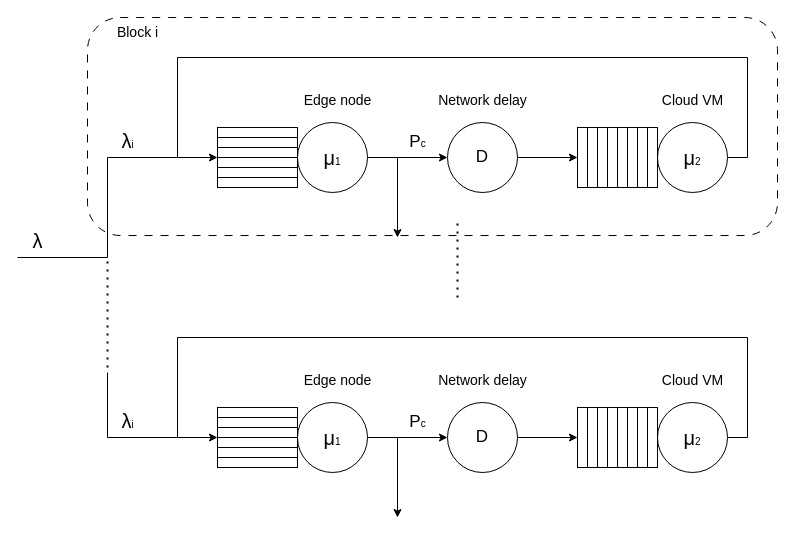
Earlier version of the draw.io diagram docs/pmcsn_architecture.drawio (matteo-conti-97/Perfmormance-analysis-of-a-facial-recognition-system-). Source tidied: cells renumbered, new cells numbered last; positions are measured from the earlier drawing's top-left corner, leaving out a move shared by most shapes. Both pictures are drawn from the tidied source at 100%, with x=0, y=0 at pixel (17, 17).
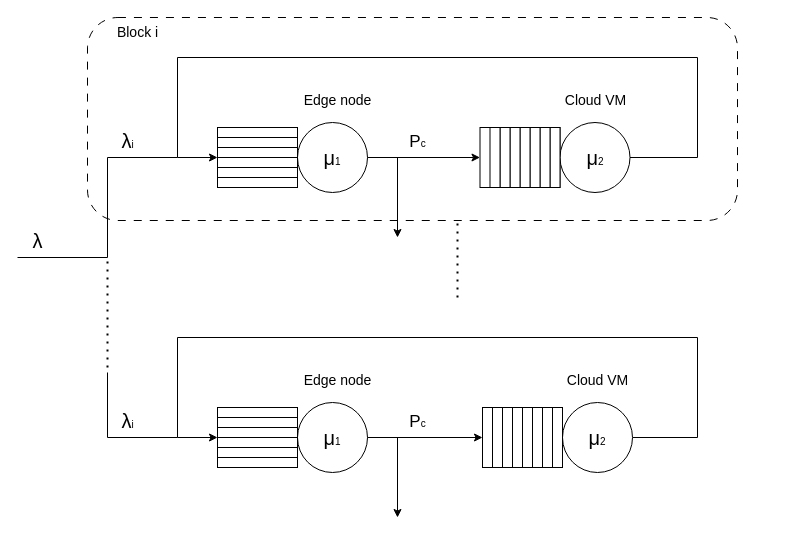
After the change.

The change refers to these unchanged cells:
```xml
<mxCell id="4" value="&lt;font style=&quot;font-size: 20px;&quot;&gt;μ&lt;/font&gt;&lt;font style=&quot;font-size: 10px;&quot;&gt;1&lt;/font&gt;" style="ellipse;whiteSpace=wrap;html=1;" parent="1" vertex="1">
  <mxGeometry x="280" y="105" width="70" height="70" as="geometry" />
</mxCell>
<mxCell id="8" style="rounded=0;whiteSpace=wrap;html=1;" parent="1" vertex="1">
  <mxGeometry x="200" y="140" width="80" height="10" as="geometry" />
</mxCell>
<mxCell id="32" value="&lt;font style=&quot;font-size: 20px;&quot;&gt;μ&lt;/font&gt;&lt;font style=&quot;font-size: 10px;&quot;&gt;1&lt;/font&gt;" style="ellipse;whiteSpace=wrap;html=1;" parent="1" vertex="1">
  <mxGeometry x="280" y="385" width="70" height="70" as="geometry" />
</mxCell>
<mxCell id="36" style="rounded=0;whiteSpace=wrap;html=1;" parent="1" vertex="1">
  <mxGeometry x="200" y="420" width="80" height="10" as="geometry" />
</mxCell>
```

What changed in the source:
```diff
@@
     <mxCell id="2" style="rounded=1;whiteSpace=wrap;html=1;fillColor=none;dashed=1;dashPattern=8 8;" parent="1" vertex="1">
-      <mxGeometry x="70" width="690" height="218" as="geometry" />
+      <mxGeometry x="70" width="650" height="203" as="geometry" />
     </mxCell>
@@
     <mxCell id="10" style="rounded=0;whiteSpace=wrap;html=1;" parent="1" vertex="1">
-      <mxGeometry x="560" y="110" width="80" height="60" as="geometry" />
+      <mxGeometry x="462.5" y="110" width="80" height="60" as="geometry" />
     </mxCell>
     <mxCell id="11" style="edgeStyle=orthogonalEdgeStyle;rounded=0;jettySize=auto;html=1;exitX=1;exitY=0.5;exitDx=0;exitDy=0;entryX=0;entryY=0;entryDx=0;entryDy=0;" parent="1" edge="1" source="12" target="8">
       <mxGeometry relative="1" as="geometry">
         <Array as="points">
-          <mxPoint x="730" y="140" />
-          <mxPoint x="730" y="40" />
+          <mxPoint x="680" y="140" />
+          <mxPoint x="680" y="40" />
           <mxPoint x="160" y="40" />
           <mxPoint x="160" y="140" />
         </Array>
       </mxGeometry>
     </mxCell>
     <mxCell id="12" value="&lt;font style=&quot;font-size: 20px;&quot;&gt;μ&lt;/font&gt;&lt;font style=&quot;font-size: 10px;&quot;&gt;2&lt;/font&gt;" style="ellipse;whiteSpace=wrap;html=1;" parent="1" vertex="1">
-      <mxGeometry x="640" y="105" width="70" height="70" as="geometry" />
+      <mxGeometry x="542.5" y="105" width="70" height="70" as="geometry" />
     </mxCell>
     <mxCell id="13" style="rounded=0;whiteSpace=wrap;html=1;" parent="1" vertex="1">
-      <mxGeometry x="630" y="110" width="10" height="60" as="geometry" />
+      <mxGeometry x="532.5" y="110" width="10" height="60" as="geometry" />
     </mxCell>
     <mxCell id="14" style="rounded=0;whiteSpace=wrap;html=1;" parent="1" vertex="1">
-      <mxGeometry x="620" y="110" width="10" height="60" as="geometry" />
+      <mxGeometry x="522.5" y="110" width="10" height="60" as="geometry" />
     </mxCell>
     <mxCell id="15" style="rounded=0;whiteSpace=wrap;html=1;" parent="1" vertex="1">
-      <mxGeometry x="610" y="110" width="10" height="60" as="geometry" />
+      <mxGeometry x="512.5" y="110" width="10" height="60" as="geometry" />
     </mxCell>
     <mxCell id="16" style="rounded=0;whiteSpace=wrap;html=1;" parent="1" vertex="1">
-      <mxGeometry x="600" y="110" width="10" height="60" as="geometry" />
+      <mxGeometry x="502.5" y="110" width="10" height="60" as="geometry" />
     </mxCell>
     <mxCell id="17" style="rounded=0;whiteSpace=wrap;html=1;" parent="1" vertex="1">
-      <mxGeometry x="590" y="110" width="10" height="60" as="geometry" />
+      <mxGeometry x="492.5" y="110" width="10" height="60" as="geometry" />
     </mxCell>
     <mxCell id="18" style="rounded=0;whiteSpace=wrap;html=1;" parent="1" vertex="1">
-      <mxGeometry x="580" y="110" width="10" height="60" as="geometry" />
+      <mxGeometry x="482.5" y="110" width="10" height="60" as="geometry" />
     </mxCell>
     <mxCell id="19" style="rounded=0;whiteSpace=wrap;html=1;" parent="1" vertex="1">
-      <mxGeometry x="570" y="110" width="10" height="60" as="geometry" />
+      <mxGeometry x="472.5" y="110" width="10" height="60" as="geometry" />
     </mxCell>
-    <mxCell id="20" style="endArrow=classic;html=1;rounded=0;exitX=1;exitY=0.5;exitDx=0;exitDy=0;" parent="1" edge="1" source="4">
-      <mxGeometry relative="1" as="geometry">
-        <mxPoint x="430" y="140" as="targetPoint" />
-      </mxGeometry>
+    <mxCell id="20" style="endArrow=classic;html=1;rounded=0;exitX=1;exitY=0.5;exitDx=0;exitDy=0;entryX=0;entryY=0.5;entryDx=0;entryDy=0;" parent="1" edge="1" source="4" target="10">
+      <mxGeometry relative="1" as="geometry" />
     </mxCell>
-    <mxCell id="21" style="edgeStyle=orthogonalEdgeStyle;rounded=0;jettySize=auto;html=1;exitX=1;exitY=0.5;exitDx=0;exitDy=0;entryX=0;entryY=0.5;entryDx=0;entryDy=0;" parent="1" edge="1" source="22" target="10">
-      <mxGeometry relative="1" as="geometry" />
-    </mxCell>
-    <mxCell id="22" value="&lt;font style=&quot;font-size: 17px;&quot;&gt;D&lt;/font&gt;" style="ellipse;whiteSpace=wrap;html=1;" parent="1" vertex="1">
-      <mxGeometry x="430" y="105" width="70" height="70" as="geometry" />
-    </mxCell>
@@
     <mxCell id="27" value="&lt;font style=&quot;font-size: 14px;&quot;&gt;Cloud VM&lt;/font&gt;" style="text;html=1;align=center;verticalAlign=middle;strokeColor=none;fillColor=none;" parent="1" vertex="1">
-      <mxGeometry x="635" y="68" width="80" height="30" as="geometry" />
+      <mxGeometry x="537.5" y="68" width="80" height="30" as="geometry" />
     </mxCell>
-    <mxCell id="28" value="&lt;font style=&quot;font-size: 14px;&quot;&gt;Network delay&lt;/font&gt;" style="text;html=1;align=center;verticalAlign=middle;strokeColor=none;fillColor=none;" parent="1" vertex="1">
-      <mxGeometry x="410" y="68" width="110" height="30" as="geometry" />
-    </mxCell>
@@
     <mxCell id="38" style="rounded=0;whiteSpace=wrap;html=1;" parent="1" vertex="1">
-      <mxGeometry x="560" y="390" width="80" height="60" as="geometry" />
+      <mxGeometry x="465" y="390" width="80" height="60" as="geometry" />
     </mxCell>
     <mxCell id="39" style="edgeStyle=orthogonalEdgeStyle;rounded=0;jettySize=auto;html=1;exitX=1;exitY=0.5;exitDx=0;exitDy=0;entryX=0;entryY=0;entryDx=0;entryDy=0;" parent="1" edge="1" source="40" target="36">
       <mxGeometry relative="1" as="geometry">
         <Array as="points">
-          <mxPoint x="730" y="420" />
-          <mxPoint x="730" y="320" />
+          <mxPoint x="680" y="420" />
+          <mxPoint x="680" y="320" />
           <mxPoint x="160" y="320" />
           <mxPoint x="160" y="420" />
         </Array>
       </mxGeometry>
     </mxCell>
     <mxCell id="40" value="&lt;font style=&quot;font-size: 20px;&quot;&gt;μ&lt;/font&gt;&lt;font style=&quot;font-size: 10px;&quot;&gt;2&lt;/font&gt;" style="ellipse;whiteSpace=wrap;html=1;" parent="1" vertex="1">
-      <mxGeometry x="640" y="385" width="70" height="70" as="geometry" />
+      <mxGeometry x="545" y="385" width="70" height="70" as="geometry" />
     </mxCell>
     <mxCell id="41" style="rounded=0;whiteSpace=wrap;html=1;" parent="1" vertex="1">
-      <mxGeometry x="630" y="390" width="10" height="60" as="geometry" />
+      <mxGeometry x="535" y="390" width="10" height="60" as="geometry" />
     </mxCell>
     <mxCell id="42" style="rounded=0;whiteSpace=wrap;html=1;" parent="1" vertex="1">
-      <mxGeometry x="620" y="390" width="10" height="60" as="geometry" />
+      <mxGeometry x="525" y="390" width="10" height="60" as="geometry" />
     </mxCell>
     <mxCell id="43" style="rounded=0;whiteSpace=wrap;html=1;" parent="1" vertex="1">
-      <mxGeometry x="610" y="390" width="10" height="60" as="geometry" />
+      <mxGeometry x="515" y="390" width="10" height="60" as="geometry" />
     </mxCell>
     <mxCell id="44" style="rounded=0;whiteSpace=wrap;html=1;" parent="1" vertex="1">
-      <mxGeometry x="600" y="390" width="10" height="60" as="geometry" />
+      <mxGeometry x="505" y="390" width="10" height="60" as="geometry" />
     </mxCell>
     <mxCell id="45" style="rounded=0;whiteSpace=wrap;html=1;" parent="1" vertex="1">
-      <mxGeometry x="590" y="390" width="10" height="60" as="geometry" />
+      <mxGeometry x="495" y="390" width="10" height="60" as="geometry" />
     </mxCell>
     <mxCell id="46" style="rounded=0;whiteSpace=wrap;html=1;" parent="1" vertex="1">
-      <mxGeometry x="580" y="390" width="10" height="60" as="geometry" />
+      <mxGeometry x="485" y="390" width="10" height="60" as="geometry" />
     </mxCell>
     <mxCell id="47" style="rounded=0;whiteSpace=wrap;html=1;" parent="1" vertex="1">
-      <mxGeometry x="570" y="390" width="10" height="60" as="geometry" />
+      <mxGeometry x="475" y="390" width="10" height="60" as="geometry" />
     </mxCell>
-    <mxCell id="48" style="endArrow=classic;html=1;rounded=0;exitX=1;exitY=0.5;exitDx=0;exitDy=0;" parent="1" edge="1" source="32">
-      <mxGeometry relative="1" as="geometry">
-        <mxPoint x="430" y="420" as="targetPoint" />
-      </mxGeometry>
+    <mxCell id="48" style="endArrow=classic;html=1;rounded=0;exitX=1;exitY=0.5;exitDx=0;exitDy=0;entryX=0;entryY=0.5;entryDx=0;entryDy=0;" parent="1" edge="1" source="32" target="38">
+      <mxGeometry relative="1" as="geometry" />
     </mxCell>
-    <mxCell id="49" style="edgeStyle=orthogonalEdgeStyle;rounded=0;jettySize=auto;html=1;exitX=1;exitY=0.5;exitDx=0;exitDy=0;entryX=0;entryY=0.5;entryDx=0;entryDy=0;" parent="1" edge="1" source="50" target="38">
-      <mxGeometry relative="1" as="geometry" />
-    </mxCell>
-    <mxCell id="50" value="&lt;span style=&quot;font-size: 17px;&quot;&gt;D&lt;/span&gt;" style="ellipse;whiteSpace=wrap;html=1;" parent="1" vertex="1">
-      <mxGeometry x="430" y="385" width="70" height="70" as="geometry" />
-    </mxCell>
@@
     <mxCell id="54" value="&lt;font style=&quot;font-size: 14px;&quot;&gt;Cloud VM&lt;/font&gt;" style="text;html=1;align=center;verticalAlign=middle;strokeColor=none;fillColor=none;" parent="1" vertex="1">
-      <mxGeometry x="635" y="348" width="80" height="30" as="geometry" />
+      <mxGeometry x="540" y="348" width="80" height="30" as="geometry" />
     </mxCell>
-    <mxCell id="55" value="&lt;font style=&quot;font-size: 14px;&quot;&gt;Network delay&lt;/font&gt;" style="text;html=1;align=center;verticalAlign=middle;strokeColor=none;fillColor=none;" parent="1" vertex="1">
-      <mxGeometry x="410" y="348" width="110" height="30" as="geometry" />
-    </mxCell>
```
